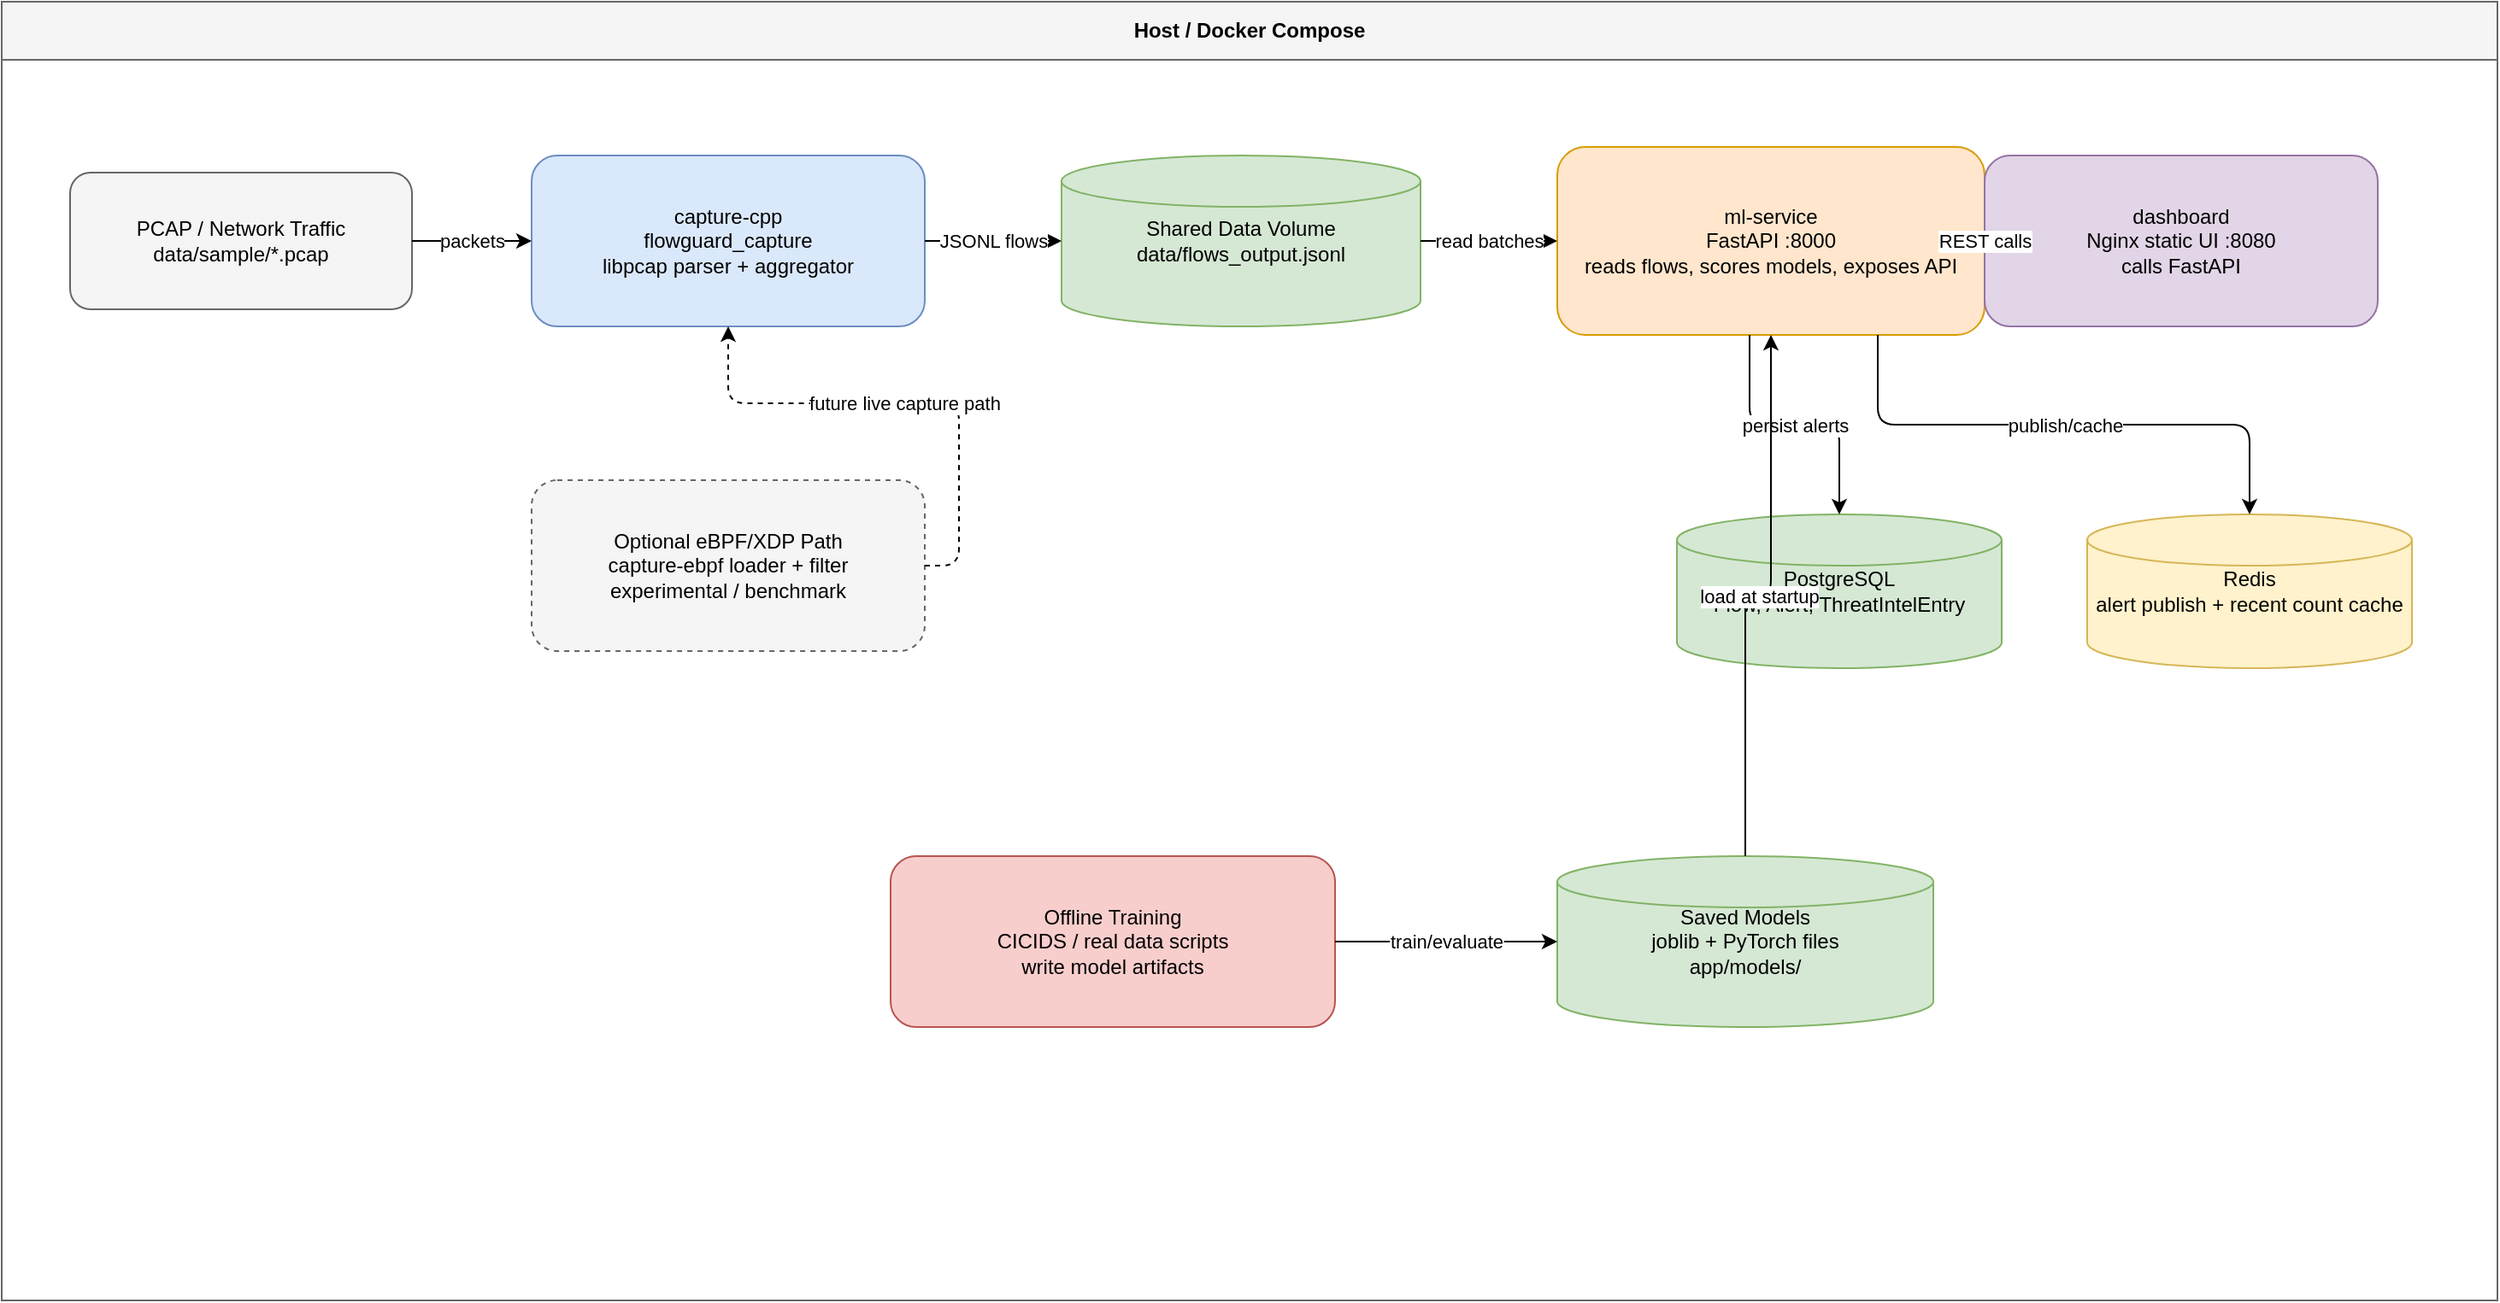
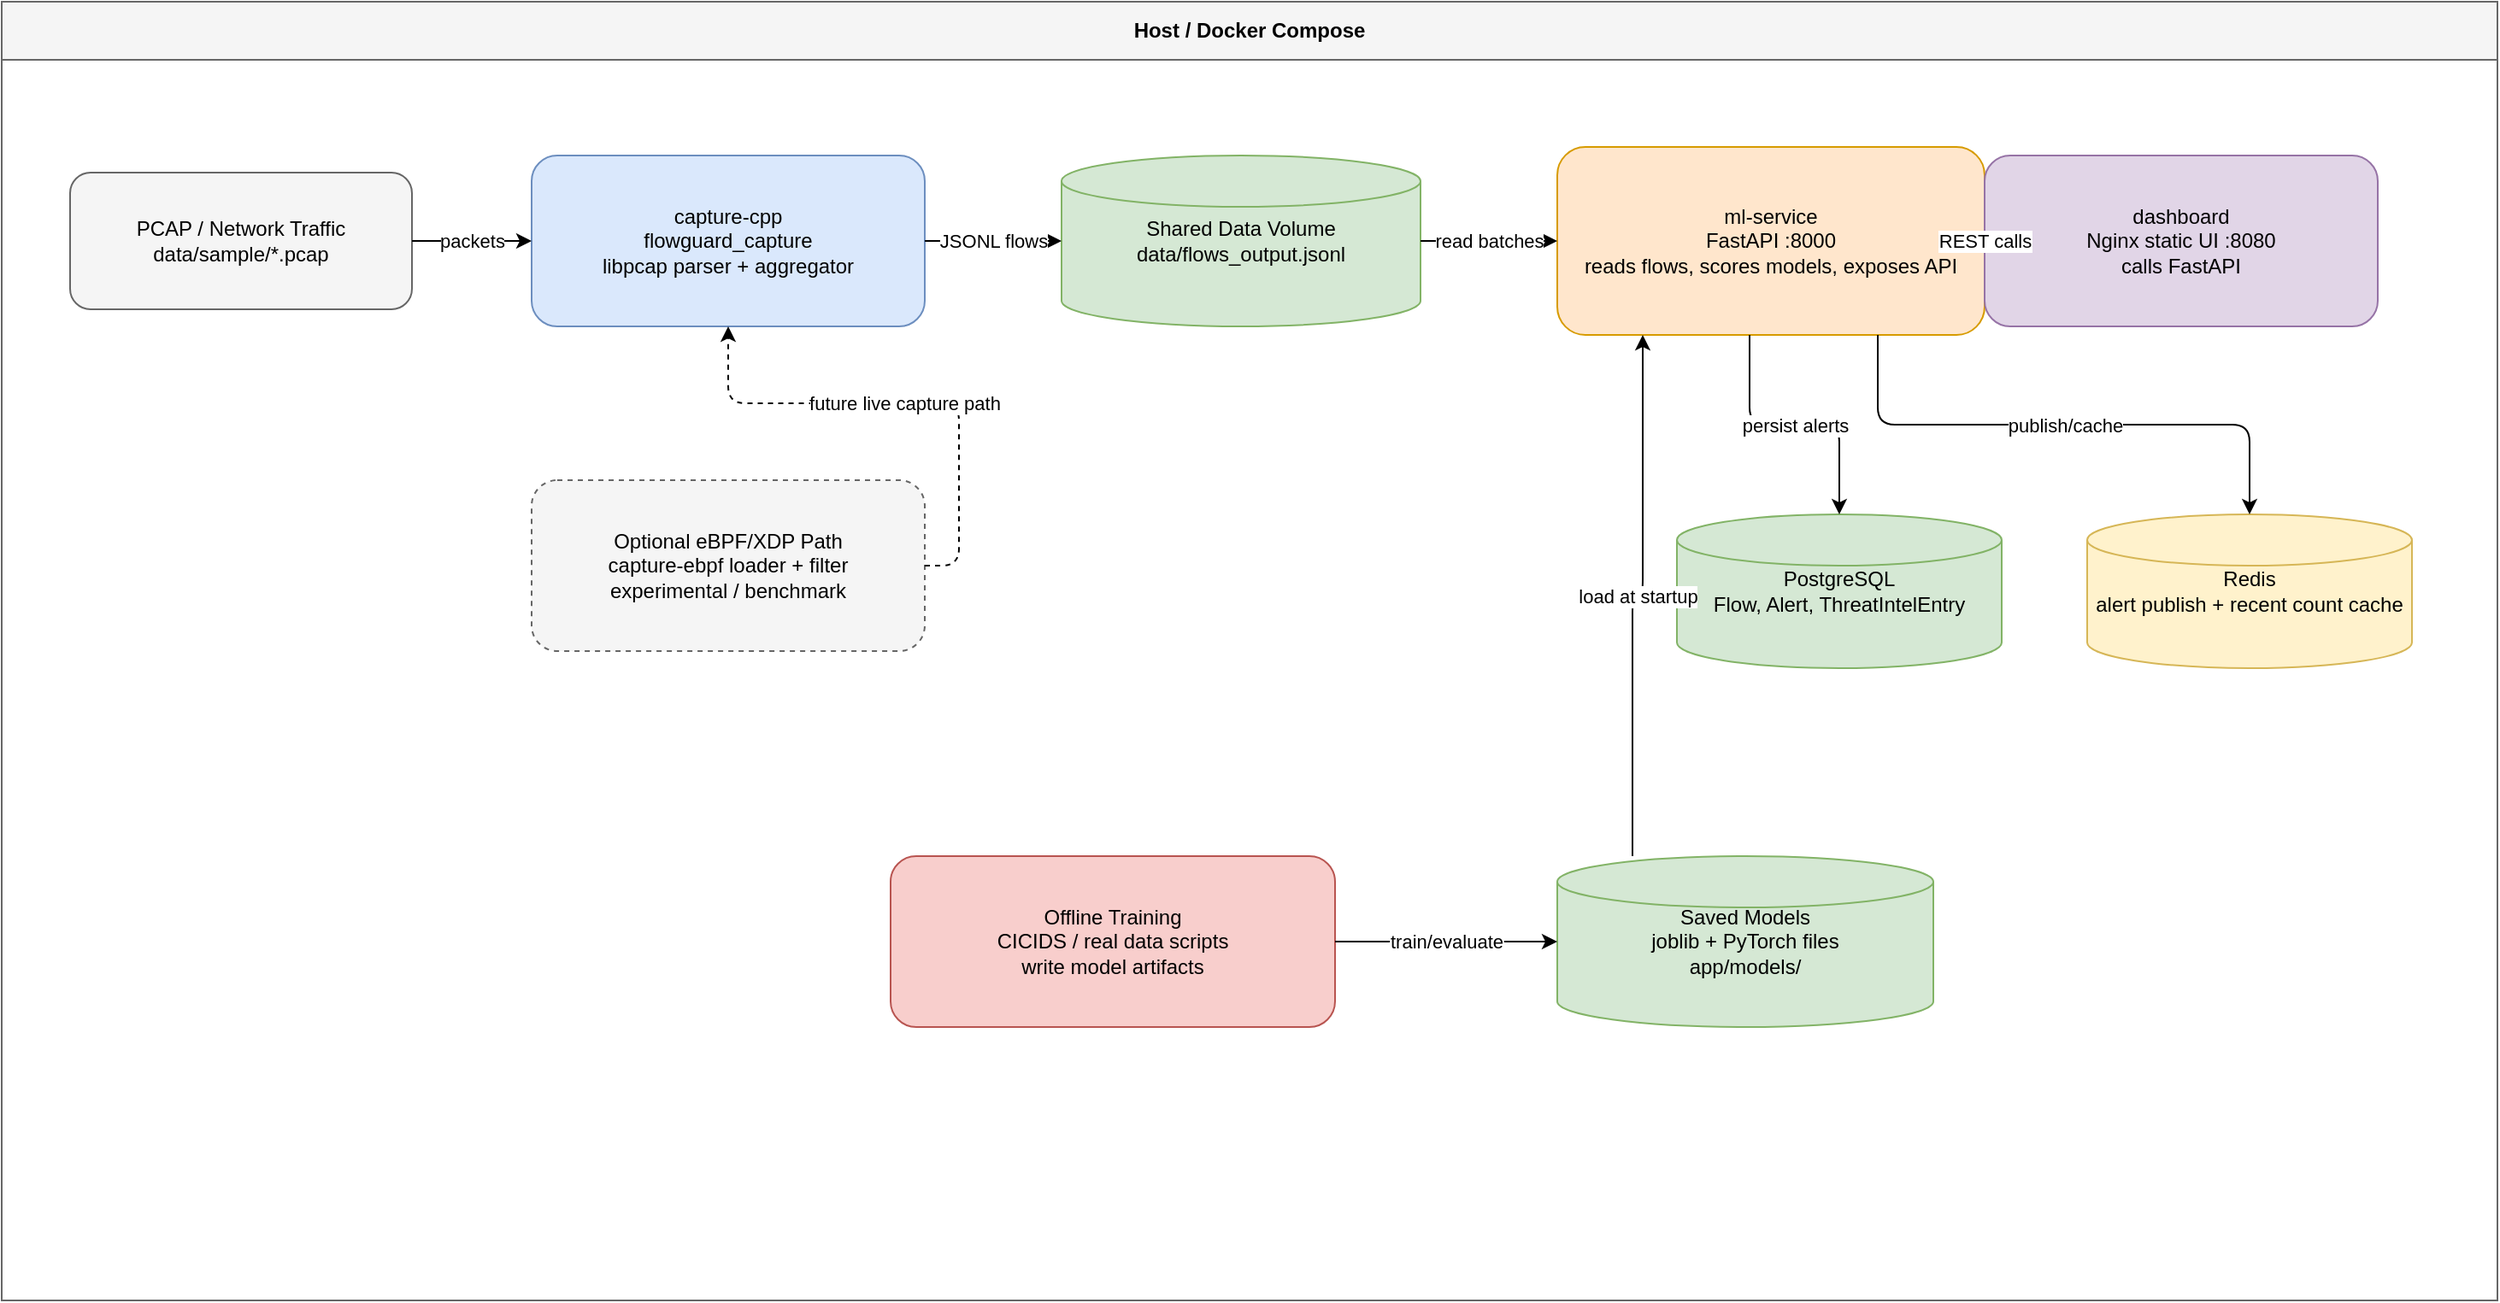
<?xml version="1.0" encoding="UTF-8"?>
<mxfile host="drawio" version="26.0.0">
  <diagram name="1 Runtime Architecture">
    <mxGraphModel dx="1400" dy="900" grid="1" gridSize="10" guides="1" tooltips="1" connect="1" arrows="1" fold="1" page="1" pageScale="1" pageWidth="1600" pageHeight="1000" math="0" shadow="0">
      <root>
        <mxCell id="0" />
        <mxCell id="1" parent="0" />
        <mxCell id="2" value="Host / Docker Compose" style="swimlane;startSize=34;whiteSpace=wrap;html=1;fillColor=#f5f5f5;strokeColor=#666666;fontStyle=1;" vertex="1" parent="1">
          <mxGeometry x="40" y="40" width="1460" height="760" as="geometry" />
        </mxCell>
        <mxCell id="3" value="PCAP / Network Traffic&#xa;data/sample/*.pcap" style="rounded=1;whiteSpace=wrap;html=1;fillColor=#f5f5f5;strokeColor=#666666;" vertex="1" parent="2">
          <mxGeometry x="40" y="100" width="200" height="80" as="geometry" />
        </mxCell>
        <mxCell id="4" value="capture-cpp&#xa;flowguard_capture&#xa;libpcap parser + aggregator" style="rounded=1;whiteSpace=wrap;html=1;fillColor=#dae8fc;strokeColor=#6c8ebf;" vertex="1" parent="2">
          <mxGeometry x="310" y="90" width="230" height="100" as="geometry" />
        </mxCell>
        <mxCell id="5" value="Shared Data Volume&#xa;data/flows_output.jsonl" style="shape=cylinder3;whiteSpace=wrap;html=1;fillColor=#d5e8d4;strokeColor=#82b366;" vertex="1" parent="2">
          <mxGeometry x="620" y="90" width="210" height="100" as="geometry" />
        </mxCell>
        <mxCell id="6" value="ml-service&#xa;FastAPI :8000&#xa;reads flows, scores models, exposes API" style="rounded=1;whiteSpace=wrap;html=1;fillColor=#ffe6cc;strokeColor=#d79b00;" vertex="1" parent="2">
          <mxGeometry x="910" y="85" width="250" height="110" as="geometry" />
        </mxCell>
        <mxCell id="7" value="PostgreSQL&#xa;Flow, Alert, ThreatIntelEntry" style="shape=cylinder3;whiteSpace=wrap;html=1;fillColor=#d5e8d4;strokeColor=#82b366;" vertex="1" parent="2">
          <mxGeometry x="980" y="300" width="190" height="90" as="geometry" />
        </mxCell>
        <mxCell id="8" value="Redis&#xa;alert publish + recent count cache" style="shape=cylinder3;whiteSpace=wrap;html=1;fillColor=#fff2cc;strokeColor=#d6b656;" vertex="1" parent="2">
          <mxGeometry x="1220" y="300" width="190" height="90" as="geometry" />
        </mxCell>
        <mxCell id="9" value="dashboard&#xa;Nginx static UI :8080&#xa;calls FastAPI" style="rounded=1;whiteSpace=wrap;html=1;fillColor=#e1d5e7;strokeColor=#9673a6;" vertex="1" parent="2">
          <mxGeometry x="1160" y="90" width="230" height="100" as="geometry" />
        </mxCell>
        <mxCell id="10" value="Offline Training&#xa;CICIDS / real data scripts&#xa;write model artifacts" style="rounded=1;whiteSpace=wrap;html=1;fillColor=#f8cecc;strokeColor=#b85450;" vertex="1" parent="2">
          <mxGeometry x="520" y="500" width="260" height="100" as="geometry" />
        </mxCell>
        <mxCell id="11" value="Saved Models&#xa;joblib + PyTorch files&#xa;app/models/" style="shape=cylinder3;whiteSpace=wrap;html=1;fillColor=#d5e8d4;strokeColor=#82b366;" vertex="1" parent="2">
          <mxGeometry x="910" y="500" width="220" height="100" as="geometry" />
        </mxCell>
        <mxCell id="12" value="Optional eBPF/XDP Path&#xa;capture-ebpf loader + filter&#xa;experimental / benchmark" style="rounded=1;dashed=1;whiteSpace=wrap;html=1;fillColor=#f5f5f5;strokeColor=#666666;" vertex="1" parent="2">
          <mxGeometry x="310" y="280" width="230" height="100" as="geometry" />
        </mxCell>
        <mxCell id="13" value="packets" style="edgeStyle=orthogonalEdgeStyle;rounded=1;orthogonalLoop=1;jettySize=auto;html=1;exitX=1;exitY=0.5;entryX=0;entryY=0.5;" edge="1" parent="2" source="3" target="4">
          <mxGeometry relative="1" as="geometry" />
        </mxCell>
        <mxCell id="14" value="JSONL flows" style="edgeStyle=orthogonalEdgeStyle;rounded=1;orthogonalLoop=1;jettySize=auto;html=1;exitX=1;exitY=0.5;entryX=0;entryY=0.5;" edge="1" parent="2" source="4" target="5">
          <mxGeometry relative="1" as="geometry" />
        </mxCell>
        <mxCell id="15" value="read batches" style="edgeStyle=orthogonalEdgeStyle;rounded=1;orthogonalLoop=1;jettySize=auto;html=1;exitX=1;exitY=0.5;entryX=0;entryY=0.5;" edge="1" parent="2" source="5" target="6">
          <mxGeometry relative="1" as="geometry" />
        </mxCell>
        <mxCell id="16" value="REST calls" style="edgeStyle=orthogonalEdgeStyle;rounded=1;orthogonalLoop=1;jettySize=auto;html=1;exitX=0;exitY=0.5;entryX=1;entryY=0.5;" edge="1" parent="2" source="9" target="6">
          <mxGeometry relative="1" as="geometry" />
        </mxCell>
        <mxCell id="17" value="persist alerts" style="edgeStyle=orthogonalEdgeStyle;rounded=1;orthogonalLoop=1;jettySize=auto;html=1;exitX=0.45;exitY=1;entryX=0.5;entryY=0;" edge="1" parent="2" source="6" target="7">
          <mxGeometry relative="1" as="geometry" />
        </mxCell>
        <mxCell id="18" value="publish/cache" style="edgeStyle=orthogonalEdgeStyle;rounded=1;orthogonalLoop=1;jettySize=auto;html=1;exitX=0.75;exitY=1;entryX=0.5;entryY=0;" edge="1" parent="2" source="6" target="8">
          <mxGeometry relative="1" as="geometry" />
        </mxCell>
-         <mxCell id="19" value="load at startup" style="edgeStyle=orthogonalEdgeStyle;rounded=1;orthogonalLoop=1;jettySize=auto;html=1;exitX=0.5;exitY=0;entryX=0.5;entryY=1;" edge="1" parent="2" source="11" target="6">
+         <mxCell id="19" value="load at startup" style="edgeStyle=orthogonalEdgeStyle;rounded=1;orthogonalLoop=1;jettySize=auto;html=1;labelBackgroundColor=#ffffff;exitX=0.2;exitY=0;entryX=0.2;entryY=1;" edge="1" parent="2" source="11" target="6">
          <mxGeometry relative="1" as="geometry" />
        </mxCell>
        <mxCell id="20" value="train/evaluate" style="edgeStyle=orthogonalEdgeStyle;rounded=1;orthogonalLoop=1;jettySize=auto;html=1;exitX=1;exitY=0.5;entryX=0;entryY=0.5;" edge="1" parent="2" source="10" target="11">
          <mxGeometry relative="1" as="geometry" />
        </mxCell>
        <mxCell id="21" value="future live capture path" style="edgeStyle=orthogonalEdgeStyle;rounded=1;dashed=1;orthogonalLoop=1;jettySize=auto;html=1;exitX=1;exitY=0.5;entryX=0.5;entryY=1;" edge="1" parent="2" source="12" target="4">
          <mxGeometry relative="1" as="geometry" />
        </mxCell>
      </root>
    </mxGraphModel>
  </diagram>
  <diagram name="2 Packet To Alert Flow">
    <mxGraphModel dx="1400" dy="900" grid="1" gridSize="10" guides="1" tooltips="1" connect="1" arrows="1" fold="1" page="1" pageScale="1" pageWidth="1600" pageHeight="1000" math="0" shadow="0">
      <root>
        <mxCell id="0" />
        <mxCell id="1" parent="0" />
        <mxCell id="2" value="1. Open PCAP&#xa;pcap_open_offline" style="rounded=1;whiteSpace=wrap;html=1;fillColor=#f5f5f5;strokeColor=#666666;" vertex="1" parent="1">
          <mxGeometry x="80" y="120" width="180" height="70" as="geometry" />
        </mxCell>
        <mxCell id="3" value="2. Parse packet&#xa;PacketParser::parse" style="rounded=1;whiteSpace=wrap;html=1;fillColor=#dae8fc;strokeColor=#6c8ebf;" vertex="1" parent="1">
          <mxGeometry x="330" y="120" width="190" height="70" as="geometry" />
        </mxCell>
        <mxCell id="4" value="3. Queue PacketInfo&#xa;BlockingQueue&lt;PacketInfo&gt;" style="rounded=1;whiteSpace=wrap;html=1;fillColor=#fff2cc;strokeColor=#d6b656;" vertex="1" parent="1">
          <mxGeometry x="590" y="120" width="210" height="70" as="geometry" />
        </mxCell>
        <mxCell id="5" value="4. Aggregate by FlowKey&#xa;FlowStats.update" style="rounded=1;whiteSpace=wrap;html=1;fillColor=#dae8fc;strokeColor=#6c8ebf;" vertex="1" parent="1">
          <mxGeometry x="870" y="120" width="220" height="70" as="geometry" />
        </mxCell>
        <mxCell id="6" value="5. Emit JSONL&#xa;FeatureEmitter + JsonSerializer" style="rounded=1;whiteSpace=wrap;html=1;fillColor=#d5e8d4;strokeColor=#82b366;" vertex="1" parent="1">
          <mxGeometry x="1160" y="120" width="240" height="70" as="geometry" />
        </mxCell>
        <mxCell id="7" value="6. Read recent flows&#xa;/flows/recent or /analyze" style="rounded=1;whiteSpace=wrap;html=1;fillColor=#ffe6cc;strokeColor=#d79b00;" vertex="1" parent="1">
          <mxGeometry x="1160" y="330" width="240" height="70" as="geometry" />
        </mxCell>
        <mxCell id="8" value="7. Normalize features&#xa;feature_normalizer + FEATURE_COLUMNS" style="rounded=1;whiteSpace=wrap;html=1;fillColor=#dae8fc;strokeColor=#6c8ebf;" vertex="1" parent="1">
          <mxGeometry x="870" y="330" width="220" height="70" as="geometry" />
        </mxCell>
        <mxCell id="9" value="8. Score models&#xa;Isolation Forest, RF, Autoencoder, optional GNN" style="rounded=1;whiteSpace=wrap;html=1;fillColor=#f8cecc;strokeColor=#b85450;" vertex="1" parent="1">
          <mxGeometry x="570" y="330" width="240" height="80" as="geometry" />
        </mxCell>
        <mxCell id="10" value="Anomaly?" style="rhombus;whiteSpace=wrap;html=1;fillColor=#fff2cc;strokeColor=#d6b656;" vertex="1" parent="1">
          <mxGeometry x="360" y="325" width="130" height="90" as="geometry" />
        </mxCell>
        <mxCell id="11" value="9a. Return batch summary&#xa;no DB write when persist=false" style="rounded=1;whiteSpace=wrap;html=1;fillColor=#f5f5f5;strokeColor=#666666;" vertex="1" parent="1">
          <mxGeometry x="120" y="250" width="200" height="70" as="geometry" />
        </mxCell>
        <mxCell id="12" value="9b. Create alert&#xa;severity + explanation + threat intel" style="rounded=1;whiteSpace=wrap;html=1;fillColor=#f8cecc;strokeColor=#b85450;" vertex="1" parent="1">
          <mxGeometry x="120" y="430" width="220" height="80" as="geometry" />
        </mxCell>
        <mxCell id="13" value="10. Store + notify&#xa;Postgres Alert, Redis publish/cache" style="rounded=1;whiteSpace=wrap;html=1;fillColor=#d5e8d4;strokeColor=#82b366;" vertex="1" parent="1">
          <mxGeometry x="430" y="450" width="250" height="70" as="geometry" />
        </mxCell>
        <mxCell id="14" value="11. Dashboard reads&#xa;/alerts, /metrics/model, /health" style="rounded=1;whiteSpace=wrap;html=1;fillColor=#e1d5e7;strokeColor=#9673a6;" vertex="1" parent="1">
          <mxGeometry x="770" y="450" width="240" height="70" as="geometry" />
        </mxCell>
        <mxCell id="15" value="" style="edgeStyle=orthogonalEdgeStyle;rounded=1;orthogonalLoop=1;jettySize=auto;html=1;exitX=1;exitY=0.5;entryX=0;entryY=0.5;" edge="1" parent="1" source="2" target="3"><mxGeometry relative="1" as="geometry" /></mxCell>
        <mxCell id="16" value="" style="edgeStyle=orthogonalEdgeStyle;rounded=1;orthogonalLoop=1;jettySize=auto;html=1;exitX=1;exitY=0.5;entryX=0;entryY=0.5;" edge="1" parent="1" source="3" target="4"><mxGeometry relative="1" as="geometry" /></mxCell>
        <mxCell id="17" value="" style="edgeStyle=orthogonalEdgeStyle;rounded=1;orthogonalLoop=1;jettySize=auto;html=1;exitX=1;exitY=0.5;entryX=0;entryY=0.5;" edge="1" parent="1" source="4" target="5"><mxGeometry relative="1" as="geometry" /></mxCell>
        <mxCell id="18" value="" style="edgeStyle=orthogonalEdgeStyle;rounded=1;orthogonalLoop=1;jettySize=auto;html=1;exitX=1;exitY=0.5;entryX=0;entryY=0.5;" edge="1" parent="1" source="5" target="6"><mxGeometry relative="1" as="geometry" /></mxCell>
        <mxCell id="19" value="later API reads file" style="edgeStyle=orthogonalEdgeStyle;rounded=1;orthogonalLoop=1;jettySize=auto;html=1;exitX=0.5;exitY=1;entryX=0.5;entryY=0;" edge="1" parent="1" source="6" target="7"><mxGeometry relative="1" as="geometry" /></mxCell>
        <mxCell id="20" value="" style="edgeStyle=orthogonalEdgeStyle;rounded=1;orthogonalLoop=1;jettySize=auto;html=1;exitX=0;exitY=0.5;entryX=1;entryY=0.5;" edge="1" parent="1" source="7" target="8"><mxGeometry relative="1" as="geometry" /></mxCell>
        <mxCell id="21" value="" style="edgeStyle=orthogonalEdgeStyle;rounded=1;orthogonalLoop=1;jettySize=auto;html=1;exitX=0;exitY=0.5;entryX=1;entryY=0.5;" edge="1" parent="1" source="8" target="9"><mxGeometry relative="1" as="geometry" /></mxCell>
        <mxCell id="22" value="" style="edgeStyle=orthogonalEdgeStyle;rounded=1;orthogonalLoop=1;jettySize=auto;html=1;exitX=0;exitY=0.5;entryX=1;entryY=0.5;" edge="1" parent="1" source="9" target="10"><mxGeometry relative="1" as="geometry" /></mxCell>
        <mxCell id="23" value="no or persist=false" style="edgeStyle=orthogonalEdgeStyle;rounded=1;orthogonalLoop=1;jettySize=auto;html=1;exitX=0.5;exitY=0;entryX=1;entryY=0.5;" edge="1" parent="1" source="10" target="11"><mxGeometry relative="1" as="geometry" /></mxCell>
        <mxCell id="24" value="yes and persist=true" style="edgeStyle=orthogonalEdgeStyle;rounded=1;orthogonalLoop=1;jettySize=auto;html=1;exitX=0.5;exitY=1;entryX=1;entryY=0.5;" edge="1" parent="1" source="10" target="12"><mxGeometry relative="1" as="geometry" /></mxCell>
        <mxCell id="25" value="" style="edgeStyle=orthogonalEdgeStyle;rounded=1;orthogonalLoop=1;jettySize=auto;html=1;exitX=1;exitY=0.5;entryX=0;entryY=0.5;" edge="1" parent="1" source="12" target="13"><mxGeometry relative="1" as="geometry" /></mxCell>
        <mxCell id="26" value="" style="edgeStyle=orthogonalEdgeStyle;rounded=1;orthogonalLoop=1;jettySize=auto;html=1;exitX=1;exitY=0.5;entryX=0;entryY=0.5;" edge="1" parent="1" source="13" target="14"><mxGeometry relative="1" as="geometry" /></mxCell>
      </root>
    </mxGraphModel>
  </diagram>
  <diagram name="3 Capture Threading">
    <mxGraphModel dx="1200" dy="800" grid="1" gridSize="10" guides="1" tooltips="1" connect="1" arrows="1" fold="1" page="1" pageScale="1" pageWidth="1400" pageHeight="900" math="0" shadow="0">
      <root>
        <mxCell id="0" />
        <mxCell id="1" parent="0" />
        <mxCell id="2" value="Producer Thread&#xa;captureThread()" style="swimlane;startSize=30;whiteSpace=wrap;html=1;fillColor=#dae8fc;strokeColor=#6c8ebf;fontStyle=1;" vertex="1" parent="1">
          <mxGeometry x="60" y="80" width="360" height="520" as="geometry" />
        </mxCell>
        <mxCell id="3" value="Consumer Thread&#xa;aggregator loop" style="swimlane;startSize=30;whiteSpace=wrap;html=1;fillColor=#ffe6cc;strokeColor=#d79b00;fontStyle=1;" vertex="1" parent="1">
          <mxGeometry x="900" y="80" width="360" height="520" as="geometry" />
        </mxCell>
        <mxCell id="4" value="pcap_next_ex" style="rounded=1;whiteSpace=wrap;html=1;fillColor=#f5f5f5;strokeColor=#666666;" vertex="1" parent="2">
          <mxGeometry x="80" y="80" width="200" height="60" as="geometry" />
        </mxCell>
        <mxCell id="5" value="PacketParser::parse" style="rounded=1;whiteSpace=wrap;html=1;fillColor=#dae8fc;strokeColor=#6c8ebf;" vertex="1" parent="2">
          <mxGeometry x="80" y="190" width="200" height="60" as="geometry" />
        </mxCell>
        <mxCell id="6" value="queue.push(PacketInfo)&#xa;blocks when full" style="rounded=1;whiteSpace=wrap;html=1;fillColor=#fff2cc;strokeColor=#d6b656;" vertex="1" parent="2">
          <mxGeometry x="80" y="300" width="200" height="70" as="geometry" />
        </mxCell>
        <mxCell id="7" value="capture_done = true&#xa;producer joins" style="rounded=1;whiteSpace=wrap;html=1;fillColor=#f8cecc;strokeColor=#b85450;" vertex="1" parent="2">
          <mxGeometry x="80" y="420" width="200" height="60" as="geometry" />
        </mxCell>
        <mxCell id="8" value="BlockingQueue&lt;PacketInfo&gt;&#xa;capacity 1000&#xa;mutex + condition variables" style="rounded=1;whiteSpace=wrap;html=1;fillColor=#fff2cc;strokeColor=#d6b656;fontStyle=1;" vertex="1" parent="1">
          <mxGeometry x="530" y="255" width="250" height="110" as="geometry" />
        </mxCell>
        <mxCell id="9" value="queue.pop(PacketInfo)" style="rounded=1;whiteSpace=wrap;html=1;fillColor=#fff2cc;strokeColor=#d6b656;" vertex="1" parent="3">
          <mxGeometry x="80" y="145" width="200" height="60" as="geometry" />
        </mxCell>
        <mxCell id="10" value="FlowAggregator::processPacket" style="rounded=1;whiteSpace=wrap;html=1;fillColor=#dae8fc;strokeColor=#6c8ebf;" vertex="1" parent="3">
          <mxGeometry x="80" y="255" width="200" height="60" as="geometry" />
        </mxCell>
        <mxCell id="11" value="flushAllAsJson()" style="rounded=1;whiteSpace=wrap;html=1;fillColor=#d5e8d4;strokeColor=#82b366;" vertex="1" parent="3">
          <mxGeometry x="80" y="365" width="200" height="60" as="geometry" />
        </mxCell>
        <mxCell id="12" value="data/flows_output.jsonl" style="shape=cylinder3;whiteSpace=wrap;html=1;fillColor=#d5e8d4;strokeColor=#82b366;" vertex="1" parent="1">
          <mxGeometry x="565" y="510" width="180" height="80" as="geometry" />
        </mxCell>
        <mxCell id="13" value="" style="edgeStyle=orthogonalEdgeStyle;rounded=1;orthogonalLoop=1;jettySize=auto;html=1;exitX=0.5;exitY=1;entryX=0.5;entryY=0;" edge="1" parent="2" source="4" target="5"><mxGeometry relative="1" as="geometry" /></mxCell>
        <mxCell id="14" value="" style="edgeStyle=orthogonalEdgeStyle;rounded=1;orthogonalLoop=1;jettySize=auto;html=1;exitX=0.5;exitY=1;entryX=0.5;entryY=0;" edge="1" parent="2" source="5" target="6"><mxGeometry relative="1" as="geometry" /></mxCell>
        <mxCell id="15" value="push" style="edgeStyle=orthogonalEdgeStyle;rounded=1;orthogonalLoop=1;jettySize=auto;html=1;exitX=1;exitY=0.5;entryX=0;entryY=0.4;" edge="1" parent="1" source="6" target="8"><mxGeometry relative="1" as="geometry" /></mxCell>
        <mxCell id="16" value="pop" style="edgeStyle=orthogonalEdgeStyle;rounded=1;orthogonalLoop=1;jettySize=auto;html=1;exitX=1;exitY=0.6;entryX=0;entryY=0.5;" edge="1" parent="1" source="8" target="9"><mxGeometry relative="1" as="geometry" /></mxCell>
        <mxCell id="17" value="" style="edgeStyle=orthogonalEdgeStyle;rounded=1;orthogonalLoop=1;jettySize=auto;html=1;exitX=0.5;exitY=1;entryX=0.5;entryY=0;" edge="1" parent="3" source="9" target="10"><mxGeometry relative="1" as="geometry" /></mxCell>
        <mxCell id="18" value="after queue.shutdown()" style="edgeStyle=orthogonalEdgeStyle;rounded=1;orthogonalLoop=1;jettySize=auto;html=1;exitX=0.5;exitY=1;entryX=0.5;entryY=0;" edge="1" parent="3" source="10" target="11"><mxGeometry relative="1" as="geometry" /></mxCell>
        <mxCell id="19" value="emit" style="edgeStyle=orthogonalEdgeStyle;rounded=1;orthogonalLoop=1;jettySize=auto;html=1;exitX=0;exitY=0.5;entryX=1;entryY=0.5;" edge="1" parent="1" source="11" target="12"><mxGeometry relative="1" as="geometry" /></mxCell>
        <mxCell id="20" value="shutdown signal" style="edgeStyle=orthogonalEdgeStyle;rounded=1;dashed=1;orthogonalLoop=1;jettySize=auto;html=1;exitX=1;exitY=0.5;entryX=0.5;entryY=1;" edge="1" parent="1" source="7" target="8"><mxGeometry relative="1" as="geometry" /></mxCell>
      </root>
    </mxGraphModel>
  </diagram>
  <diagram name="4 Data And Models">
    <mxGraphModel dx="1400" dy="900" grid="1" gridSize="10" guides="1" tooltips="1" connect="1" arrows="1" fold="1" page="1" pageScale="1" pageWidth="1600" pageHeight="1000" math="0" shadow="0">
      <root>
        <mxCell id="0" />
        <mxCell id="1" parent="0" />
        <mxCell id="2" value="Offline Training Inputs&#xa;CICIDS CSVs + sample/real PCAP-derived flows" style="shape=cylinder3;whiteSpace=wrap;html=1;fillColor=#f5f5f5;strokeColor=#666666;" vertex="1" parent="1">
          <mxGeometry x="90" y="110" width="260" height="100" as="geometry" />
        </mxCell>
        <mxCell id="3" value="training/*.py&#xa;prepare, train, evaluate, tune thresholds" style="rounded=1;whiteSpace=wrap;html=1;fillColor=#dae8fc;strokeColor=#6c8ebf;" vertex="1" parent="1">
          <mxGeometry x="450" y="110" width="260" height="100" as="geometry" />
        </mxCell>
        <mxCell id="4" value="Legacy Model Artifacts&#xa;scaler, isolation_forest, random_forest, autoencoder, gnn" style="shape=cylinder3;whiteSpace=wrap;html=1;fillColor=#d5e8d4;strokeColor=#82b366;" vertex="1" parent="1">
          <mxGeometry x="830" y="80" width="290" height="110" as="geometry" />
        </mxCell>
        <mxCell id="5" value="Real-only RF Artifacts&#xa;supervised_scaler, random_forest, thresholds" style="shape=cylinder3;whiteSpace=wrap;html=1;fillColor=#d5e8d4;strokeColor=#82b366;" vertex="1" parent="1">
          <mxGeometry x="830" y="230" width="290" height="100" as="geometry" />
        </mxCell>
        <mxCell id="6" value="FastAPI startup&#xa;load predictors once" style="rounded=1;whiteSpace=wrap;html=1;fillColor=#ffe6cc;strokeColor=#d79b00;" vertex="1" parent="1">
          <mxGeometry x="1220" y="160" width="220" height="80" as="geometry" />
        </mxCell>
        <mxCell id="7" value="Runtime Flow File&#xa;data/flows_output.jsonl" style="shape=cylinder3;whiteSpace=wrap;html=1;fillColor=#d5e8d4;strokeColor=#82b366;" vertex="1" parent="1">
          <mxGeometry x="90" y="470" width="230" height="90" as="geometry" />
        </mxCell>
        <mxCell id="8" value="/analyze&#xa;legacy ensemble path&#xa;optionally persist alerts" style="rounded=1;whiteSpace=wrap;html=1;fillColor=#ffe6cc;strokeColor=#d79b00;" vertex="1" parent="1">
          <mxGeometry x="450" y="410" width="250" height="90" as="geometry" />
        </mxCell>
        <mxCell id="9" value="/real-model/analyze&#xa;real-only RF shadow path&#xa;never persists" style="rounded=1;whiteSpace=wrap;html=1;fillColor=#ffe6cc;strokeColor=#d79b00;" vertex="1" parent="1">
          <mxGeometry x="450" y="550" width="250" height="90" as="geometry" />
        </mxCell>
        <mxCell id="10" value="PostgreSQL&#xa;Alert + ThreatIntelEntry" style="shape=cylinder3;whiteSpace=wrap;html=1;fillColor=#d5e8d4;strokeColor=#82b366;" vertex="1" parent="1">
          <mxGeometry x="850" y="430" width="220" height="90" as="geometry" />
        </mxCell>
        <mxCell id="11" value="Redis&#xa;alert channel + count cache" style="shape=cylinder3;whiteSpace=wrap;html=1;fillColor=#fff2cc;strokeColor=#d6b656;" vertex="1" parent="1">
          <mxGeometry x="850" y="570" width="220" height="90" as="geometry" />
        </mxCell>
        <mxCell id="12" value="Dashboard&#xa;/alerts and health/metrics views" style="rounded=1;whiteSpace=wrap;html=1;fillColor=#e1d5e7;strokeColor=#9673a6;" vertex="1" parent="1">
          <mxGeometry x="1220" y="500" width="220" height="90" as="geometry" />
        </mxCell>
        <mxCell id="13" value="" style="edgeStyle=orthogonalEdgeStyle;rounded=1;orthogonalLoop=1;jettySize=auto;html=1;exitX=1;exitY=0.5;entryX=0;entryY=0.5;" edge="1" parent="1" source="2" target="3"><mxGeometry relative="1" as="geometry" /></mxCell>
        <mxCell id="14" value="writes" style="edgeStyle=orthogonalEdgeStyle;rounded=1;orthogonalLoop=1;jettySize=auto;html=1;exitX=1;exitY=0.35;entryX=0;entryY=0.5;" edge="1" parent="1" source="3" target="4"><mxGeometry relative="1" as="geometry" /></mxCell>
        <mxCell id="15" value="writes" style="edgeStyle=orthogonalEdgeStyle;rounded=1;orthogonalLoop=1;jettySize=auto;html=1;exitX=1;exitY=0.65;entryX=0;entryY=0.5;" edge="1" parent="1" source="3" target="5"><mxGeometry relative="1" as="geometry" /></mxCell>
        <mxCell id="16" value="load" style="edgeStyle=orthogonalEdgeStyle;rounded=1;orthogonalLoop=1;jettySize=auto;html=1;exitX=1;exitY=0.5;entryX=0;entryY=0.3;" edge="1" parent="1" source="4" target="6"><mxGeometry relative="1" as="geometry" /></mxCell>
        <mxCell id="17" value="load" style="edgeStyle=orthogonalEdgeStyle;rounded=1;orthogonalLoop=1;jettySize=auto;html=1;exitX=1;exitY=0.5;entryX=0;entryY=0.7;" edge="1" parent="1" source="5" target="6"><mxGeometry relative="1" as="geometry" /></mxCell>
        <mxCell id="18" value="read" style="edgeStyle=orthogonalEdgeStyle;rounded=1;orthogonalLoop=1;jettySize=auto;html=1;exitX=1;exitY=0.35;entryX=0;entryY=0.5;" edge="1" parent="1" source="7" target="8"><mxGeometry relative="1" as="geometry" /></mxCell>
        <mxCell id="19" value="read" style="edgeStyle=orthogonalEdgeStyle;rounded=1;orthogonalLoop=1;jettySize=auto;html=1;exitX=1;exitY=0.65;entryX=0;entryY=0.5;" edge="1" parent="1" source="7" target="9"><mxGeometry relative="1" as="geometry" /></mxCell>
        <mxCell id="20" value="uses" style="edgeStyle=orthogonalEdgeStyle;rounded=1;orthogonalLoop=1;jettySize=auto;html=1;exitX=0.5;exitY=0;entryX=0.5;entryY=1;" edge="1" parent="1" source="8" target="4"><mxGeometry relative="1" as="geometry" /></mxCell>
        <mxCell id="21" value="uses" style="edgeStyle=orthogonalEdgeStyle;rounded=1;orthogonalLoop=1;jettySize=auto;html=1;exitX=0.5;exitY=0;entryX=0.5;entryY=1;" edge="1" parent="1" source="9" target="5"><mxGeometry relative="1" as="geometry" /></mxCell>
        <mxCell id="22" value="alerts" style="edgeStyle=orthogonalEdgeStyle;rounded=1;orthogonalLoop=1;jettySize=auto;html=1;exitX=1;exitY=0.45;entryX=0;entryY=0.5;" edge="1" parent="1" source="8" target="10"><mxGeometry relative="1" as="geometry" /></mxCell>
        <mxCell id="23" value="publish/cache" style="edgeStyle=orthogonalEdgeStyle;rounded=1;orthogonalLoop=1;jettySize=auto;html=1;exitX=1;exitY=0.75;entryX=0;entryY=0.5;" edge="1" parent="1" source="8" target="11"><mxGeometry relative="1" as="geometry" /></mxCell>
        <mxCell id="24" value="API reads" style="edgeStyle=orthogonalEdgeStyle;rounded=1;orthogonalLoop=1;jettySize=auto;html=1;exitX=1;exitY=0.5;entryX=0;entryY=0.4;" edge="1" parent="1" source="10" target="12"><mxGeometry relative="1" as="geometry" /></mxCell>
        <mxCell id="25" value="live updates / counts" style="edgeStyle=orthogonalEdgeStyle;rounded=1;orthogonalLoop=1;jettySize=auto;html=1;exitX=1;exitY=0.5;entryX=0;entryY=0.7;" edge="1" parent="1" source="11" target="12"><mxGeometry relative="1" as="geometry" /></mxCell>
      </root>
    </mxGraphModel>
  </diagram>
</mxfile>
